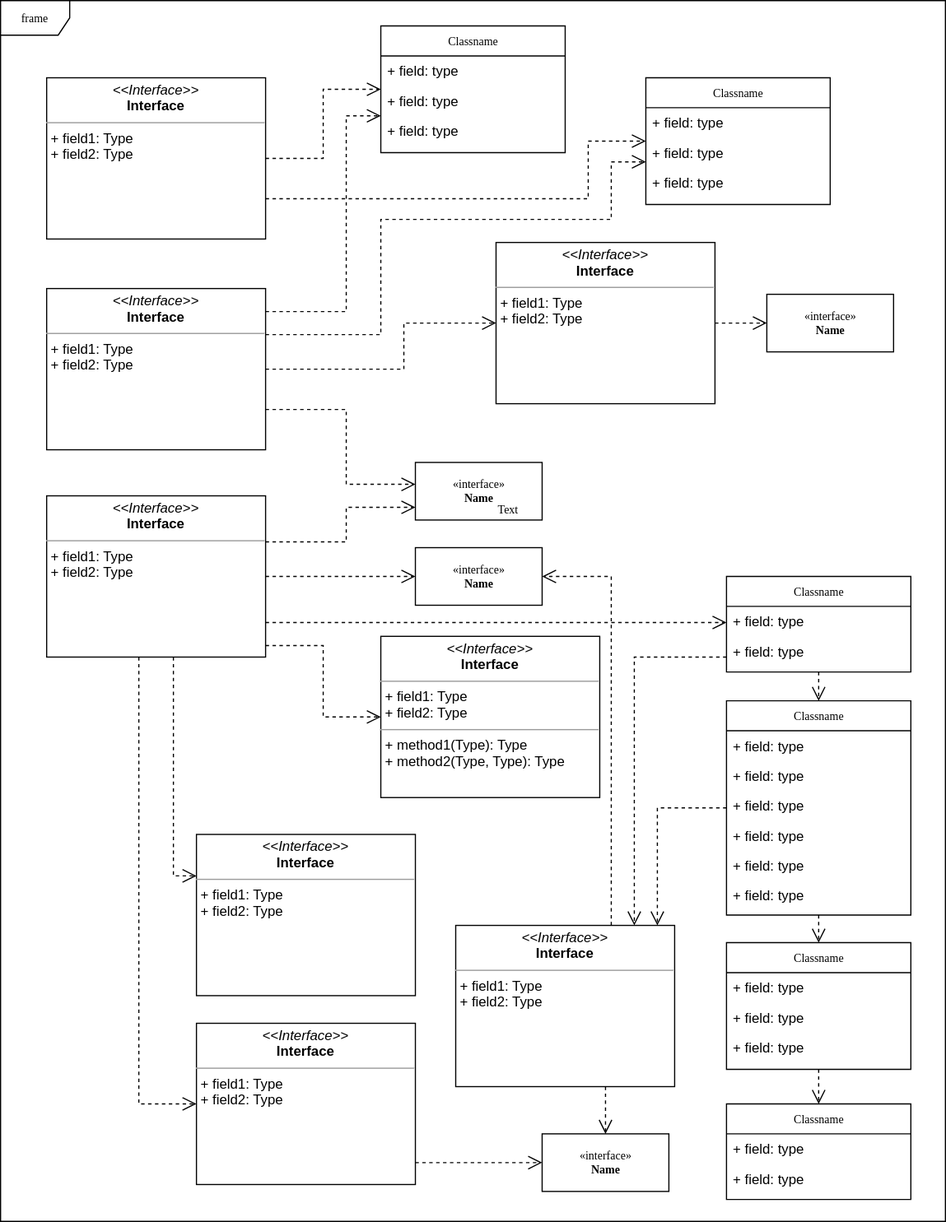
kevinchu-linkai/Software-Engineering keeps this draw.io diagram as Exercises/L7_exercise.drawio.svg. Above is the earlier version. Source tidied: cells renumbered, new cells last; positions are measured from the earlier drawing's top-left corner, leaving out a move shared by most shapes.
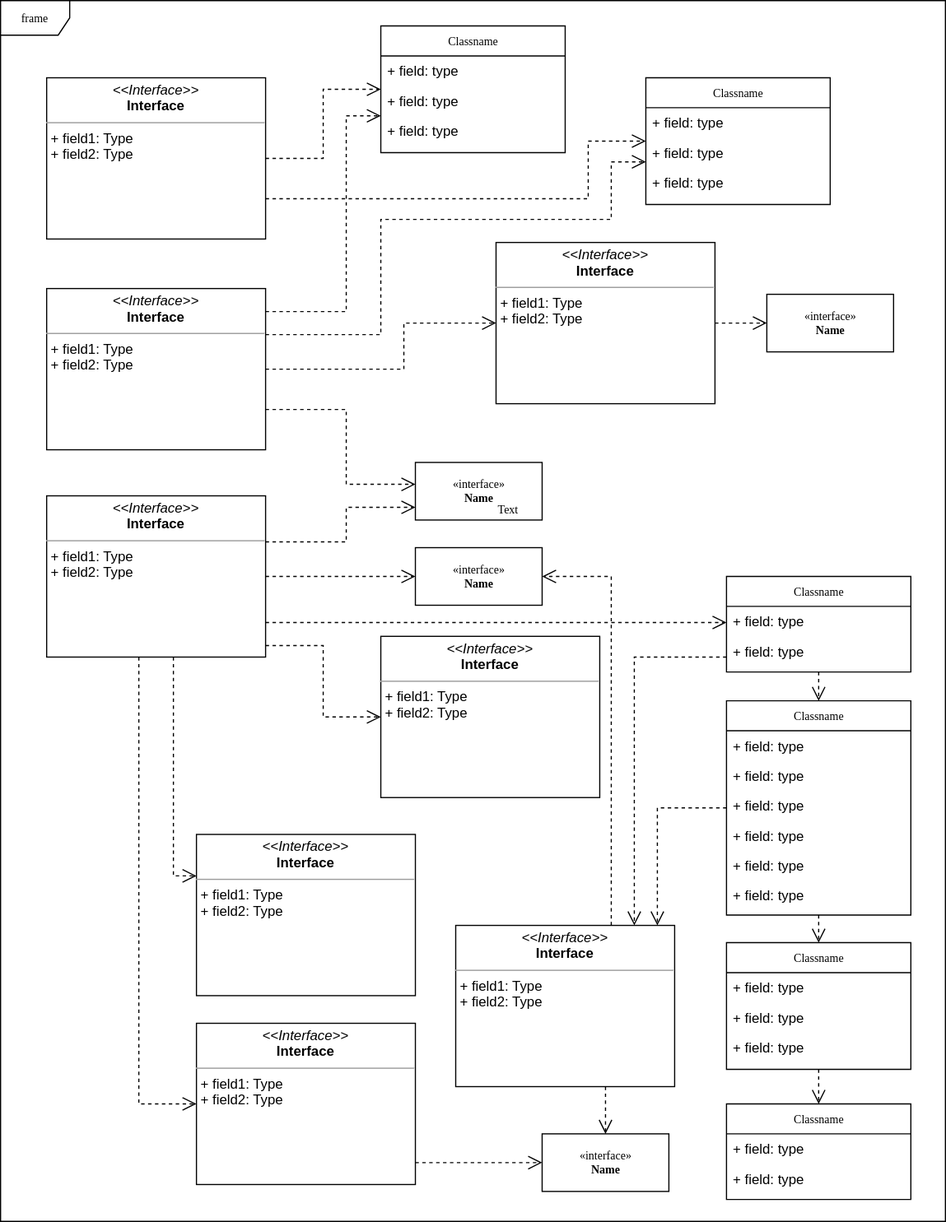
After the commit.

Change to the diagram source:
```diff
@@ -117,7 +117,7 @@
     <mxCell id="35" value="&lt;p style=&quot;margin:0px;margin-top:4px;text-align:center;&quot;&gt;&lt;i&gt;&amp;lt;&amp;lt;Interface&amp;gt;&amp;gt;&lt;/i&gt;&lt;br&gt;&lt;b&gt;Interface&lt;/b&gt;&lt;/p&gt;&lt;hr size=&quot;1&quot;&gt;&lt;p style=&quot;margin:0px;margin-left:4px;&quot;&gt;+ field1: Type&lt;br&gt;+ field2: Type&lt;/p&gt;&lt;p style=&quot;margin:0px;margin-left:4px;&quot;&gt;&lt;br&gt;&lt;/p&gt;" style="verticalAlign=top;align=left;overflow=fill;fontSize=12;fontFamily=Helvetica;html=1;rounded=0;shadow=0;comic=0;labelBackgroundColor=none;strokeWidth=1;" parent="1" vertex="1">
       <mxGeometry x="395" y="803" width="190" height="140" as="geometry" />
     </mxCell>
-    <mxCell id="36" value="&lt;p style=&quot;margin:0px;margin-top:4px;text-align:center;&quot;&gt;&lt;i&gt;&amp;lt;&amp;lt;Interface&amp;gt;&amp;gt;&lt;/i&gt;&lt;br/&gt;&lt;b&gt;Interface&lt;/b&gt;&lt;/p&gt;&lt;hr size=&quot;1&quot;/&gt;&lt;p style=&quot;margin:0px;margin-left:4px;&quot;&gt;+ field1: Type&lt;br/&gt;+ field2: Type&lt;/p&gt;&lt;hr size=&quot;1&quot;/&gt;&lt;p style=&quot;margin:0px;margin-left:4px;&quot;&gt;+ method1(Type): Type&lt;br/&gt;+ method2(Type, Type): Type&lt;/p&gt;" style="verticalAlign=top;align=left;overflow=fill;fontSize=12;fontFamily=Helvetica;html=1;rounded=0;shadow=0;comic=0;labelBackgroundColor=none;strokeWidth=1;" parent="1" vertex="1">
+    <mxCell id="36" value="&lt;p style=&quot;margin:0px;margin-top:4px;text-align:center;&quot;&gt;&lt;i&gt;&amp;lt;&amp;lt;Interface&amp;gt;&amp;gt;&lt;/i&gt;&lt;br&gt;&lt;b&gt;Interface&lt;/b&gt;&lt;/p&gt;&lt;hr size=&quot;1&quot;&gt;&lt;p style=&quot;margin:0px;margin-left:4px;&quot;&gt;+ field1: Type&lt;br&gt;+ field2: Type&lt;/p&gt;&lt;p style=&quot;margin:0px;margin-left:4px;&quot;&gt;&lt;br&gt;&lt;/p&gt;" style="verticalAlign=top;align=left;overflow=fill;fontSize=12;fontFamily=Helvetica;html=1;rounded=0;shadow=0;comic=0;labelBackgroundColor=none;strokeWidth=1;" parent="1" vertex="1">
       <mxGeometry x="330" y="552" width="190" height="140" as="geometry" />
     </mxCell>
     <mxCell id="37" style="edgeStyle=orthogonalEdgeStyle;rounded=0;html=1;dashed=1;labelBackgroundColor=none;startFill=0;endArrow=open;endFill=0;endSize=10;fontFamily=Verdana;fontSize=10;" parent="1" edge="1" source="38" target="32">
```
